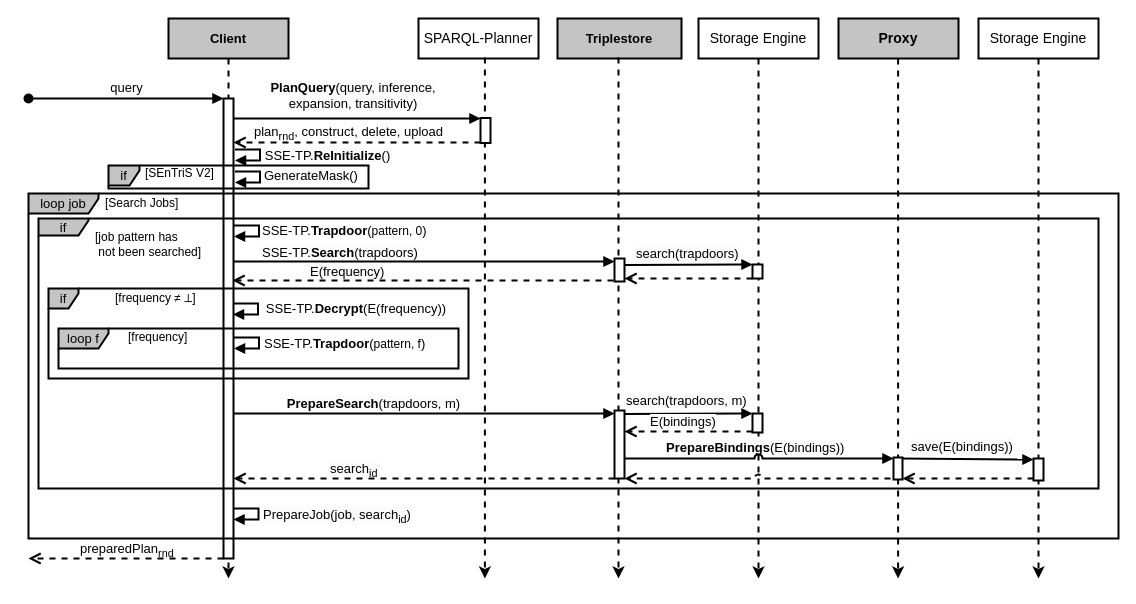
The draw.io diagram page "SEnTriQ (Query Preparation)" (7 of 9) of Dissertation/Figures/Diagrams/Diagrams.drawio in DCebola/SEnTriS, before the edit. Source tidied: cells renumbered, new cells numbered last; positions are measured from the earlier drawing's top-left corner, leaving out a move shared by most shapes. Both pictures are drawn from the tidied source at 100%, with x=0, y=0 at pixel (28, 18).
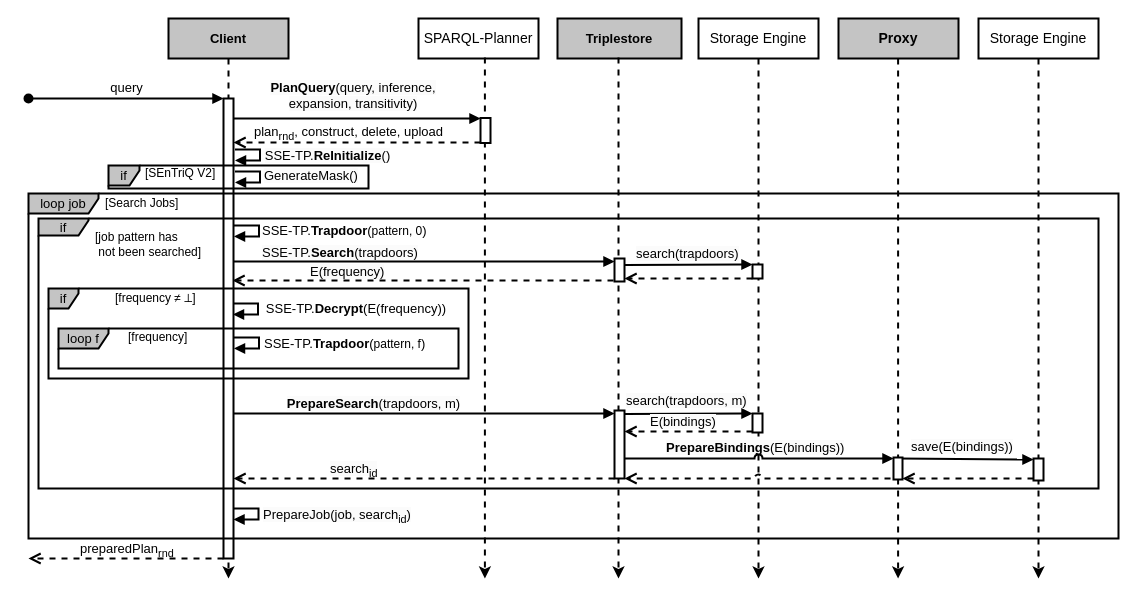
Above is the later version.

The edit, as a diff of the source:
```diff
@@
-    <mxCell id="41" value="[SEnTriS V2&lt;span style=&quot;background-color: initial;&quot;&gt;]&lt;/span&gt;" style="text;html=1;align=left;verticalAlign=middle;strokeColor=none;fillColor=none;fontStyle=0;strokeWidth=2;" parent="1" vertex="1">
+    <mxCell id="41" value="[SEnTriQ V2&lt;span style=&quot;background-color: initial;&quot;&gt;]&lt;/span&gt;" style="text;html=1;align=left;verticalAlign=middle;strokeColor=none;fillColor=none;fontStyle=0;strokeWidth=2;" parent="1" vertex="1">
       <mxGeometry x="115" y="140" width="90" height="30" as="geometry" />
     </mxCell>
```
